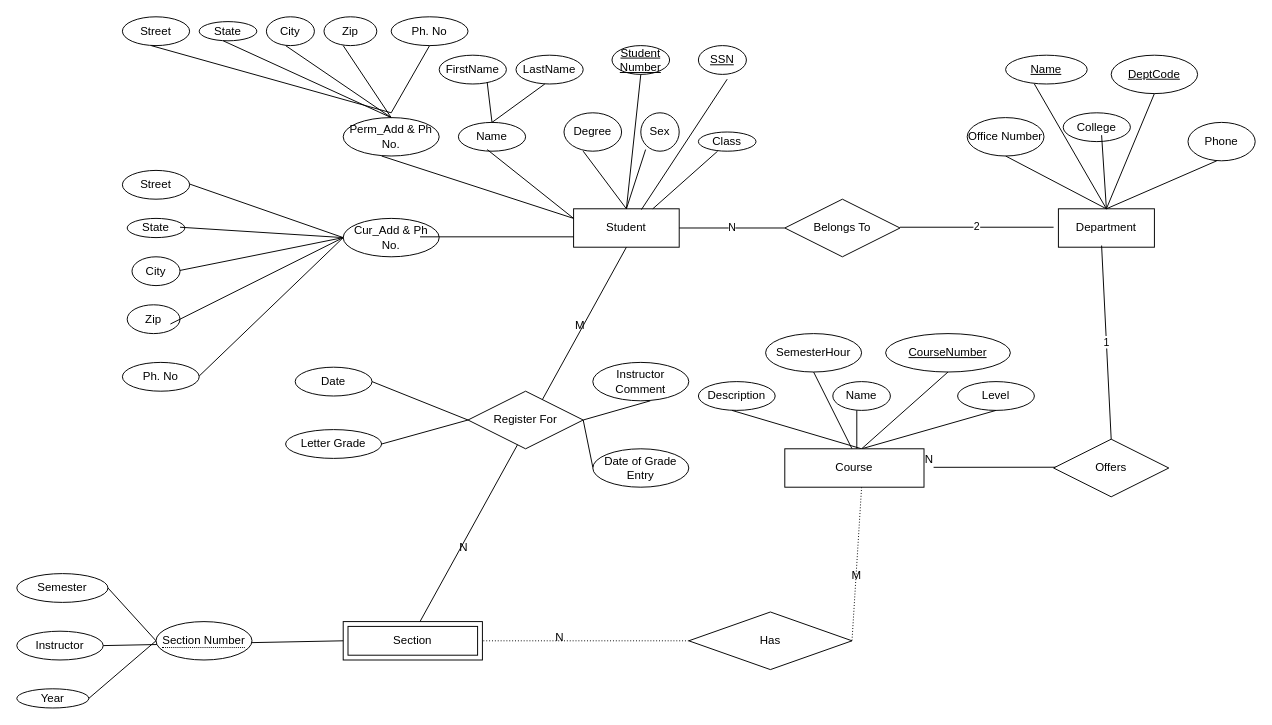
saiaungkyawmaw/ER-diagram_DatabaseClass keeps this draw.io diagram as Untitled Diagram.drawio. Above is the earlier version. Source tidied: cells renumbered, new cells numbered last; positions are measured from the earlier drawing's top-left corner, leaving out a move shared by most shapes. Both pictures are drawn from the tidied source at 96%, with x=0, y=0 at pixel (16, 16).
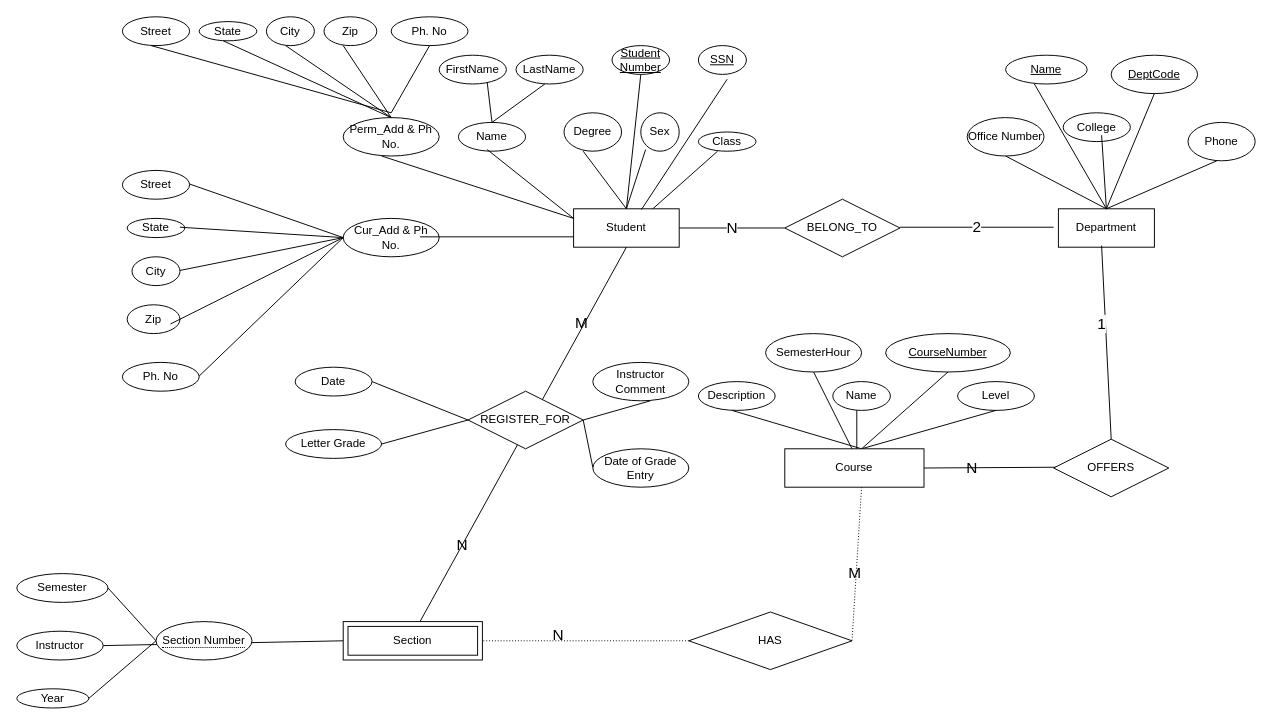
After the change.

Unchanged cells that the change refers to:
```xml
<mxCell id="3" value="Student" style="whiteSpace=wrap;html=1;align=center;" parent="1" vertex="1">
  <mxGeometry x="580" y="200" width="110" height="40" as="geometry" />
</mxCell>
<mxCell id="66" style="endArrow=none;html=1;rounded=0;dashed=1;dashPattern=1 2;entryX=1;entryY=0.5;entryDx=0;entryDy=0;exitX=0;exitY=0.5;exitDx=0;exitDy=0;" parent="1" edge="1" source="65" target="4">
  <mxGeometry relative="1" as="geometry" />
</mxCell>
<mxCell id="68" style="endArrow=none;html=1;rounded=0;dashed=1;dashPattern=1 2;entryX=1;entryY=0.5;entryDx=0;entryDy=0;exitX=0.5;exitY=1;exitDx=0;exitDy=0;" parent="1" edge="1" target="65">
  <mxGeometry relative="1" as="geometry">
    <mxPoint x="880" y="490" as="sourcePoint" />
  </mxGeometry>
</mxCell>
<mxCell id="76" style="endArrow=none;html=1;rounded=0;exitX=0.5;exitY=1;exitDx=0;exitDy=0;" parent="1" edge="1" source="3">
  <mxGeometry relative="1" as="geometry">
    <mxPoint x="420" y="630" as="targetPoint" />
  </mxGeometry>
</mxCell>
<mxCell id="93" value="Course" style="whiteSpace=wrap;html=1;align=center;" parent="1" vertex="1">
  <mxGeometry x="800" y="450" width="145" height="40" as="geometry" />
</mxCell>
```

The edit, as a diff of the source:
```diff
@@
-    <mxCell id="65" value="Has" style="shape=rhombus;perimeter=rhombusPerimeter;whiteSpace=wrap;html=1;align=center;" parent="1" vertex="1">
+    <mxCell id="65" value="HAS" style="shape=rhombus;perimeter=rhombusPerimeter;whiteSpace=wrap;html=1;align=center;" parent="1" vertex="1">
       <mxGeometry x="700" y="620" width="170" height="60" as="geometry" />
     </mxCell>
@@
-    <mxCell id="67" value="N" style="html=1;align=right;verticalAlign=bottom;" parent="66" vertex="1">
+    <mxCell id="67" value="N" style="html=1;align=right;verticalAlign=bottom;fontSize=16;" parent="66" vertex="1">
       <mxGeometry x="1" relative="1" as="geometry">
         <mxPoint x="85" y="5" as="offset" />
       </mxGeometry>
     </mxCell>
@@
-    <mxCell id="69" value="M" style="html=1;align=right;verticalAlign=bottom;" parent="68" vertex="1">
+    <mxCell id="69" value="M" style="html=1;align=right;verticalAlign=bottom;fontSize=16;" parent="68" vertex="1">
       <mxGeometry x="1" relative="1" as="geometry">
         <mxPoint x="10" y="-60" as="offset" />
       </mxGeometry>
     </mxCell>
@@
-    <mxCell id="77" value="M" style="html=1;align=left;verticalAlign=bottom;" parent="76" vertex="1">
+    <mxCell id="77" value="M" style="html=1;align=left;verticalAlign=bottom;fontSize=16;" parent="76" vertex="1">
       <mxGeometry x="-1" relative="1" as="geometry">
         <mxPoint x="-55" y="90" as="offset" />
       </mxGeometry>
     </mxCell>
-    <mxCell id="78" value="N" style="html=1;align=right;verticalAlign=bottom;" parent="76" vertex="1">
+    <mxCell id="78" value="N" style="html=1;align=right;verticalAlign=bottom;fontSize=16;" parent="76" vertex="1">
       <mxGeometry x="1" relative="1" as="geometry">
         <mxPoint x="50" y="-69" as="offset" />
       </mxGeometry>
     </mxCell>
-    <mxCell id="79" value="Register For" style="shape=rhombus;perimeter=rhombusPerimeter;whiteSpace=wrap;html=1;align=center;" parent="1" vertex="1">
+    <mxCell id="79" value="REGISTER_FOR" style="shape=rhombus;perimeter=rhombusPerimeter;whiteSpace=wrap;html=1;align=center;" parent="1" vertex="1">
       <mxGeometry x="470" y="390" width="120" height="60" as="geometry" />
     </mxCell>
@@
-    <mxCell id="88" style="endArrow=none;html=1;rounded=0;" parent="1" edge="1">
+    <mxCell id="88" style="endArrow=none;html=1;rounded=0;entryX=1;entryY=0.5;entryDx=0;entryDy=0;" parent="1" edge="1" target="93">
       <mxGeometry relative="1" as="geometry">
         <mxPoint x="1085" y="469.2" as="sourcePoint" />
-        <mxPoint x="955" y="469.3" as="targetPoint" />
       </mxGeometry>
     </mxCell>
-    <mxCell id="89" value="N" style="html=1;align=right;verticalAlign=bottom;" parent="88" vertex="1">
-      <mxGeometry x="1" relative="1" as="geometry" />
+    <mxCell id="89" value="N" style="html=1;align=right;verticalAlign=bottom;fontSize=16;" parent="88" vertex="1">
+      <mxGeometry x="1" relative="1" as="geometry">
+        <mxPoint x="56" y="11" as="offset" />
+      </mxGeometry>
     </mxCell>
-    <mxCell id="90" value="Offers" style="shape=rhombus;perimeter=rhombusPerimeter;whiteSpace=wrap;html=1;align=center;" parent="1" vertex="1">
+    <mxCell id="90" value="OFFERS" style="shape=rhombus;perimeter=rhombusPerimeter;whiteSpace=wrap;html=1;align=center;" parent="1" vertex="1">
       <mxGeometry x="1080" y="440" width="120" height="60" as="geometry" />
     </mxCell>
-    <mxCell id="91" value="1" style="endArrow=none;html=1;rounded=0;entryX=0.5;entryY=0;entryDx=0;entryDy=0;" parent="1" edge="1" target="90">
-      <mxGeometry relative="1" as="geometry">
+    <mxCell id="91" value="1" style="endArrow=none;html=1;rounded=0;entryX=0.5;entryY=0;entryDx=0;entryDy=0;fontSize=16;" parent="1" edge="1" target="90">
+      <mxGeometry x="-0.19" y="-4" relative="1" as="geometry">
         <mxPoint x="1130" y="238.3" as="sourcePoint" />
       </mxGeometry>
     </mxCell>
@@
-    <mxCell id="94" value="Belongs To" style="shape=rhombus;perimeter=rhombusPerimeter;whiteSpace=wrap;html=1;align=center;" parent="1" vertex="1">
+    <mxCell id="94" value="BELONG_TO" style="shape=rhombus;perimeter=rhombusPerimeter;whiteSpace=wrap;html=1;align=center;" parent="1" vertex="1">
       <mxGeometry x="800" y="190" width="120" height="60" as="geometry" />
     </mxCell>
-    <mxCell id="95" value="N" style="endArrow=none;html=1;rounded=0;exitX=1;exitY=0.5;exitDx=0;exitDy=0;entryX=0;entryY=0.5;entryDx=0;entryDy=0;" parent="1" edge="1" source="3" target="94">
+    <mxCell id="95" value="N" style="endArrow=none;html=1;rounded=0;exitX=1;exitY=0.5;exitDx=0;exitDy=0;entryX=0;entryY=0.5;entryDx=0;entryDy=0;fontSize=16;" parent="1" edge="1" source="3" target="94">
       <mxGeometry relative="1" as="geometry" />
     </mxCell>
-    <mxCell id="96" value="2" style="endArrow=none;html=1;rounded=0;" parent="1" edge="1">
+    <mxCell id="96" value="2" style="endArrow=none;html=1;rounded=0;fontSize=16;" parent="1" edge="1">
       <mxGeometry relative="1" as="geometry">
         <mxPoint x="920" y="219.2" as="sourcePoint" />
         <mxPoint x="1080" y="219.2" as="targetPoint" />
       </mxGeometry>
     </mxCell>
```
